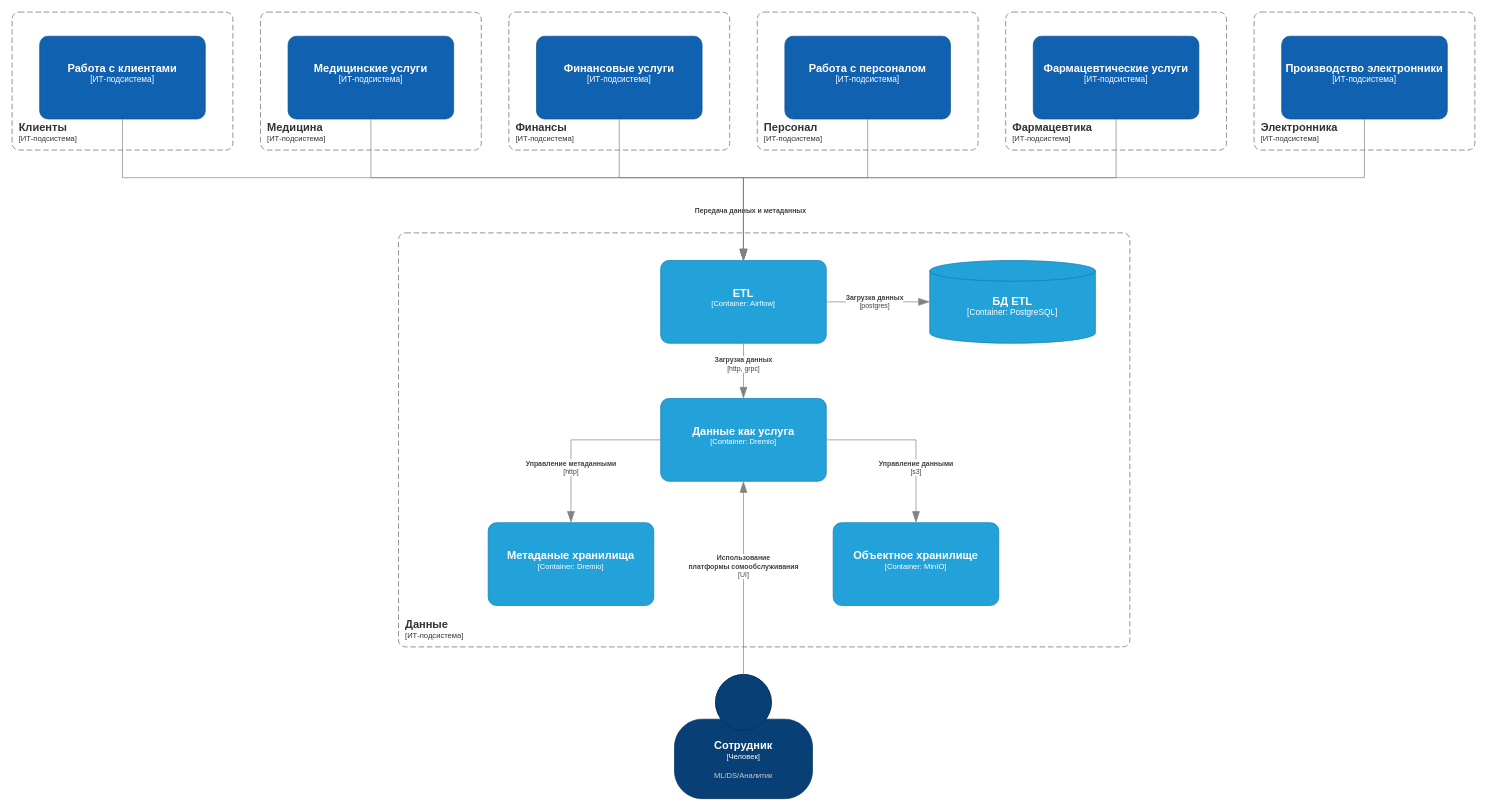
Above: Task1/containers.drawio in aipetryakov/architecture-future_2_0 (draw.io), before the change. Source tidied: cells renumbered, new cells numbered last; positions are measured from the earlier drawing's top-left corner, leaving out a move shared by most shapes. Both pictures are drawn from the tidied source at 69%, with x=0, y=0 at pixel (12, 12).
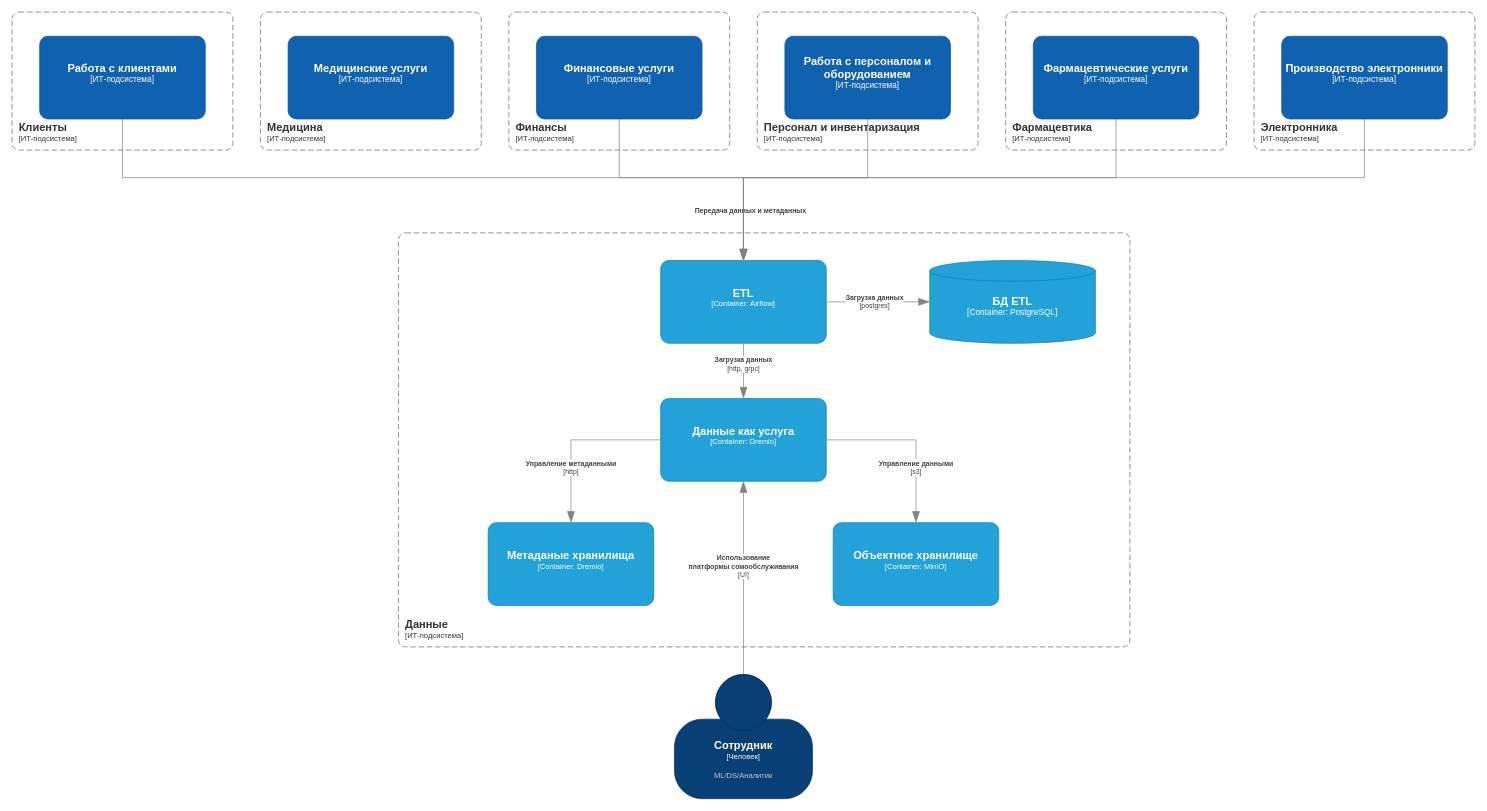
After the change.

The change refers to these unchanged cells:
```xml
<object id="6" label="&lt;font style=&quot;font-size: 16px&quot;&gt;&lt;b&gt;%c4Name%&lt;/b&gt;&lt;/font&gt;&lt;div&gt;[%c4Type%: %c4Technology%]&lt;/div&gt;&lt;br&gt;&lt;div&gt;&lt;font style=&quot;font-size: 11px&quot;&gt;&lt;font color=&quot;#E6E6E6&quot;&gt;%c4Description%&lt;/font&gt;&lt;/div&gt;" c4Description="" c4Name="ETL" c4Technology="Airflow" c4Type="Container" placeholders="1">
  <mxCell style="rounded=1;whiteSpace=wrap;html=1;fontSize=11;labelBackgroundColor=none;fillColor=#23A2D9;fontColor=#ffffff;align=center;arcSize=10;strokeColor=#0E7DAD;points=[[0.25,0,0],[0.5,0,0],[0.75,0,0],[1,0.25,0],[1,0.5,0],[1,0.75,0],[0.75,1,0],[0.5,1,0],[0.25,1,0],[0,0.75,0],[0,0.5,0],[0,0.25,0]];" parent="1" vertex="1">
    <mxGeometry x="940" y="360" width="240" height="120" as="geometry" />
  </mxCell>
</object>
<object id="18" label="&lt;font style=&quot;font-size: 16px&quot;&gt;&lt;b&gt;%c4Name%&lt;/b&gt;&lt;/font&gt;&lt;div&gt;[%c4Type%]&lt;/div&gt;&lt;br&gt;&lt;div&gt;&lt;font style=&quot;font-size: 11px&quot;&gt;&lt;font color=&quot;#cccccc&quot;&gt;%c4Description%&lt;/font&gt;&lt;/div&gt;" c4Description="" c4Name="Медицинские услуги" c4Type="ИТ-подсистема" placeholders="1">
  <mxCell style="rounded=1;whiteSpace=wrap;html=1;labelBackgroundColor=none;fillColor=#1061B0;fontColor=#ffffff;align=center;arcSize=10;strokeColor=#0D5091;points=[[0.25,0,0],[0.5,0,0],[0.75,0,0],[1,0.25,0],[1,0.5,0],[1,0.75,0],[0.75,1,0],[0.5,1,0],[0.25,1,0],[0,0.75,0],[0,0.5,0],[0,0.25,0]];" parent="1" vertex="1">
    <mxGeometry x="400" y="35" width="240" height="120" as="geometry" />
  </mxCell>
</object>
```

Diff of the diagram source:
```diff
@@
-    <object id="20" label="&lt;font style=&quot;font-size: 16px&quot;&gt;&lt;b&gt;&lt;div style=&quot;text-align: left&quot;&gt;%c4Name%&lt;/div&gt;&lt;/b&gt;&lt;/font&gt;&lt;div style=&quot;text-align: left&quot;&gt;[%c4Application%]&lt;/div&gt;" c4Application="ИТ-подсистема" c4Name="Персонал" placeholders="1">
+    <object id="20" label="&lt;font style=&quot;font-size: 16px&quot;&gt;&lt;b&gt;&lt;div style=&quot;text-align: left&quot;&gt;%c4Name%&lt;/div&gt;&lt;/b&gt;&lt;/font&gt;&lt;div style=&quot;text-align: left&quot;&gt;[%c4Application%]&lt;/div&gt;" c4Application="ИТ-подсистема" c4Name="Персонал и инвентаризация" placeholders="1">
       <mxCell style="rounded=1;fontSize=11;whiteSpace=wrap;html=1;dashed=1;arcSize=20;fillColor=none;strokeColor=#666666;fontColor=#333333;labelBackgroundColor=none;align=left;verticalAlign=bottom;labelBorderColor=none;spacingTop=0;spacing=10;dashPattern=8 4;perimeter=rectanglePerimeter;noLabel=0;labelPadding=0;absoluteArcSize=1;" parent="1" vertex="1">
         <mxGeometry x="1080" width="320" height="200" as="geometry" />
       </mxCell>
     </object>
-    <object id="21" label="&lt;font style=&quot;font-size: 16px&quot;&gt;&lt;b&gt;%c4Name%&lt;/b&gt;&lt;/font&gt;&lt;div&gt;[%c4Type%]&lt;/div&gt;&lt;br&gt;&lt;div&gt;&lt;font style=&quot;font-size: 11px&quot;&gt;&lt;font color=&quot;#cccccc&quot;&gt;%c4Description%&lt;/font&gt;&lt;/div&gt;" c4Description="" c4Name="Работа с персоналом" c4Type="ИТ-подсистема" placeholders="1">
+    <object id="21" label="&lt;font style=&quot;font-size: 16px&quot;&gt;&lt;b&gt;%c4Name%&lt;/b&gt;&lt;/font&gt;&lt;div&gt;[%c4Type%]&lt;/div&gt;&lt;br&gt;&lt;div&gt;&lt;font style=&quot;font-size: 11px&quot;&gt;&lt;font color=&quot;#cccccc&quot;&gt;%c4Description%&lt;/font&gt;&lt;/div&gt;" c4Description="" c4Name="Работа с персоналом и оборудованием" c4Type="ИТ-подсистема" placeholders="1">
       <mxCell style="rounded=1;whiteSpace=wrap;html=1;labelBackgroundColor=none;fillColor=#1061B0;fontColor=#ffffff;align=center;arcSize=10;strokeColor=#0D5091;points=[[0.25,0,0],[0.5,0,0],[0.75,0,0],[1,0.25,0],[1,0.5,0],[1,0.75,0],[0.75,1,0],[0.5,1,0],[0.25,1,0],[0,0.75,0],[0,0.5,0],[0,0.25,0]];" parent="1" vertex="1">
         <mxGeometry x="1120" y="35" width="240" height="120" as="geometry" />
       </mxCell>
     </object>
@@
-    <mxCell id="27" style="endArrow=blockThin;html=1;fontSize=10;fontColor=#404040;strokeWidth=1;endFill=1;strokeColor=#828282;elbow=vertical;endSize=14;startSize=14;jumpStyle=arc;jumpSize=16;rounded=0;edgeStyle=orthogonalEdgeStyle;" parent="1" edge="1" source="18" target="6">
-      <mxGeometry relative="1" as="geometry">
-        <Array as="points">
-          <mxPoint x="520" y="240" />
-          <mxPoint x="1060" y="240" />
-        </Array>
-      </mxGeometry>
-    </mxCell>
```
